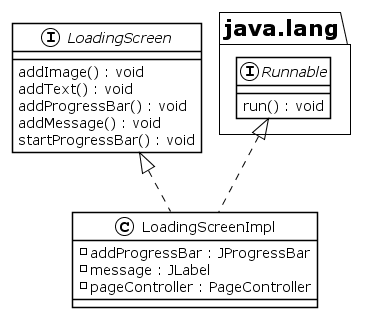
CrazyPingu/OOP21-MAP keeps this PlantUML diagram as img/uml/loading_screen.png. Above is the earlier version.
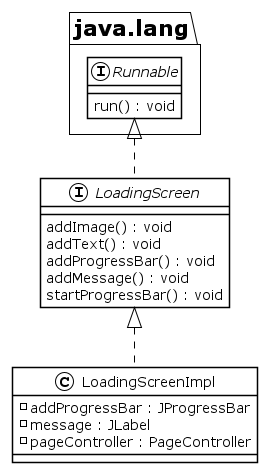
After the change.

What changed in the source:
```diff
@@ -13,7 +13,10 @@
     run() : void
 }
 
-class LoadingScreenImpl implements LoadingScreen, java.lang.Runnable{
+LoadingScreenImpl ..U|> LoadingScreen
+LoadingScreen ..U|> java.lang.Runnable
+
+class LoadingScreenImpl {
     - addProgressBar : JProgressBar
     - message : JLabel
     - pageController : PageController
```
